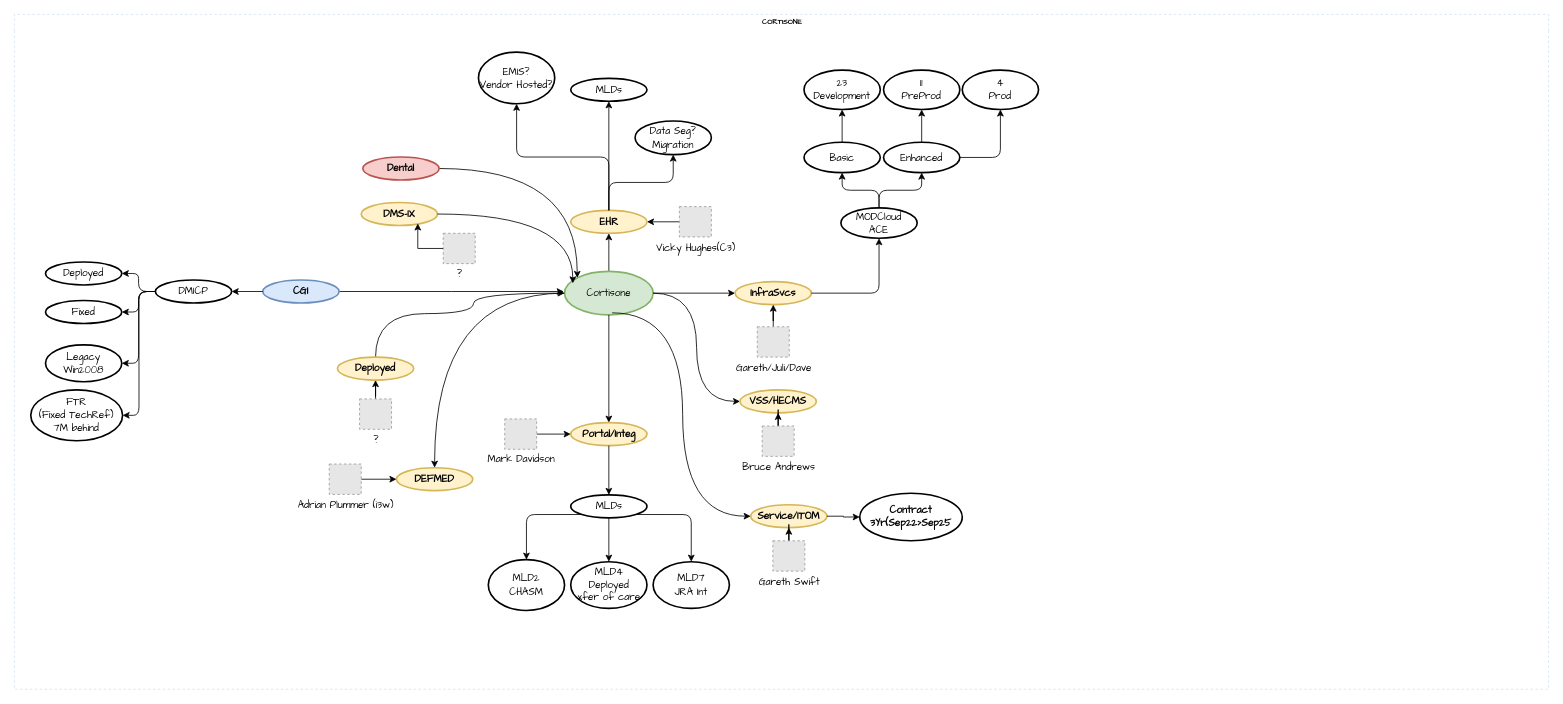
Earlier version of the draw.io diagram page "Overview" (1 of 3) of 202411 Cortisone.drawio (dalegent42/DrawIO). Source tidied: cells renumbered, new cells numbered last; positions are measured from the earlier drawing's top-left corner, leaving out a move shared by most shapes. Both pictures are drawn from the tidied source at 82%, with x=0, y=0 at pixel (14, 14). Pictures stored in the file or linked from it are replaced by grey dashed boxes.
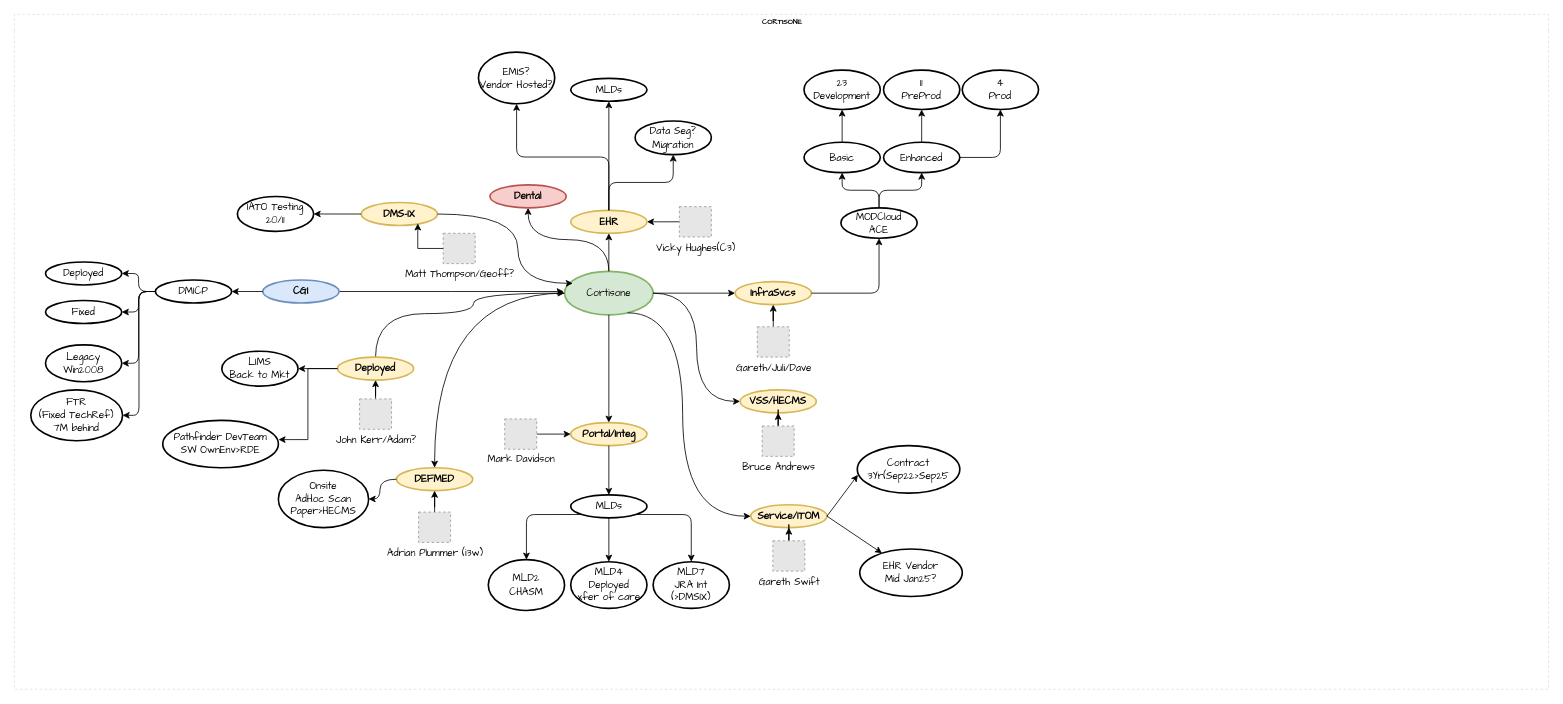
The same diagram, later.

The change refers to these unchanged cells:
```xml
<mxCell id="2" value="CORTISONE" style="swimlane;html=1;startSize=20;horizontal=1;containerType=tree;labelBackgroundColor=none;strokeColor=#D4E1F5;strokeWidth=1;fillColor=none;fontFamily=Comic Sans MS;fontSize=9;swimlaneLine=0;dashed=1;" parent="1" vertex="1">
  <mxGeometry width="1871" height="823" as="geometry" />
</mxCell>
<mxCell id="4" value="&lt;font face=&quot;Comic Sans MS&quot;&gt;Cortisone&lt;/font&gt;" style="ellipse;whiteSpace=wrap;html=1;align=center;strokeWidth=2;fillColor=#d5e8d4;strokeColor=#82b366;" parent="2" vertex="1">
  <mxGeometry x="671" y="313.5" width="108" height="53" as="geometry" />
</mxCell>
<mxCell id="36" value="&lt;font face=&quot;Comic Sans MS&quot;&gt;DEFMED&lt;/font&gt;" style="ellipse;whiteSpace=wrap;html=1;align=center;strokeWidth=2;fontStyle=1;fillColor=#fff2cc;strokeColor=#d6b656;" parent="2" vertex="1">
  <mxGeometry x="466" y="552.9" width="93" height="28" as="geometry" />
</mxCell>
<mxCell id="40" value="&lt;font face=&quot;Comic Sans MS&quot;&gt;Deployed&lt;/font&gt;" style="ellipse;whiteSpace=wrap;html=1;align=center;strokeWidth=2;fontStyle=1;fillColor=#fff2cc;strokeColor=#d6b656;" parent="2" vertex="1">
  <mxGeometry x="394" y="418" width="93" height="28" as="geometry" />
</mxCell>
<mxCell id="43" value="&lt;font face=&quot;Comic Sans MS&quot;&gt;DMS-IX&lt;/font&gt;" style="ellipse;whiteSpace=wrap;html=1;align=center;strokeWidth=2;fontStyle=1;fillColor=#fff2cc;strokeColor=#d6b656;" parent="2" vertex="1">
  <mxGeometry x="423" y="229.5" width="93" height="28" as="geometry" />
</mxCell>
<mxCell id="73" value="&lt;font face=&quot;Comic Sans MS&quot;&gt;Service/ITOM&lt;/font&gt;" style="ellipse;whiteSpace=wrap;html=1;align=center;strokeWidth=2;fontStyle=1;fillColor=#fff2cc;strokeColor=#d6b656;" parent="2" vertex="1">
  <mxGeometry x="898" y="598" width="93" height="28" as="geometry" />
</mxCell>
```

Diff of the diagram source:
```diff
@@
-    <mxCell id="32" value="&lt;font face=&quot;Comic Sans MS&quot;&gt;MLD7&lt;/font&gt;&lt;div&gt;&lt;font face=&quot;Comic Sans MS&quot;&gt;JRA Int&lt;/font&gt;&lt;/div&gt;" style="ellipse;whiteSpace=wrap;html=1;align=center;strokeWidth=2;" parent="2" vertex="1">
+    <mxCell id="32" value="&lt;font face=&quot;Comic Sans MS&quot;&gt;MLD7&lt;/font&gt;&lt;div&gt;&lt;font face=&quot;Comic Sans MS&quot;&gt;JRA Int&lt;/font&gt;&lt;/div&gt;&lt;div&gt;&lt;font face=&quot;Comic Sans MS&quot;&gt;(&amp;gt;DMSIX)&lt;/font&gt;&lt;/div&gt;" style="ellipse;whiteSpace=wrap;html=1;align=center;strokeWidth=2;" parent="2" vertex="1">
       <mxGeometry x="779" y="667.5" width="93" height="57" as="geometry" />
     </mxCell>
@@
-    <mxCell id="37" style="edgeStyle=orthogonalEdgeStyle;rounded=0;jettySize=auto;html=1;entryX=0;entryY=0.5;entryDx=0;entryDy=0;" parent="2" edge="1" source="38" target="36">
+    <mxCell id="37" style="edgeStyle=orthogonalEdgeStyle;rounded=0;jettySize=auto;html=1;entryX=0.5;entryY=1;entryDx=0;entryDy=0;" parent="2" edge="1" source="38" target="36">
       <mxGeometry relative="1" as="geometry" />
     </mxCell>
     <mxCell id="38" value="Adrian Plummer (i3w)" style="fillColor=#E6E6E6;strokeColor=#999999;dashed=1;html=1;verticalAlign=top;verticalLabelPosition=bottom;labelBackgroundColor=#ffffff;fontFamily=Comic Sans MS;fontSize=12;fontColor=#000000;align=center;" parent="2" vertex="1">
-      <mxGeometry x="384" y="548.4" width="39" height="37" as="geometry" />
+      <mxGeometry x="493" y="607" width="39" height="37" as="geometry" />
     </mxCell>
@@
-    <mxCell id="42" value="?" style="fillColor=#E6E6E6;strokeColor=#999999;dashed=1;html=1;verticalAlign=top;verticalLabelPosition=bottom;labelBackgroundColor=#ffffff;fontFamily=Comic Sans MS;fontSize=12;fontColor=#000000;align=center;" parent="2" vertex="1">
+    <mxCell id="42" value="John Kerr/Adam?" style="fillColor=#E6E6E6;strokeColor=#999999;dashed=1;html=1;verticalAlign=top;verticalLabelPosition=bottom;labelBackgroundColor=#ffffff;fontFamily=Comic Sans MS;fontSize=12;fontColor=#000000;align=center;" parent="2" vertex="1">
       <mxGeometry x="421" y="469" width="39" height="37" as="geometry" />
     </mxCell>
@@
-    <mxCell id="44" value="?" style="fillColor=#E6E6E6;strokeColor=#999999;dashed=1;html=1;verticalAlign=top;verticalLabelPosition=bottom;labelBackgroundColor=#ffffff;fontFamily=Comic Sans MS;fontSize=12;fontColor=#000000;align=center;" parent="2" vertex="1">
+    <mxCell id="44" value="Matt Thompson/Geoff?" style="fillColor=#E6E6E6;strokeColor=#999999;dashed=1;html=1;verticalAlign=top;verticalLabelPosition=bottom;labelBackgroundColor=#ffffff;fontFamily=Comic Sans MS;fontSize=12;fontColor=#000000;align=center;" parent="2" vertex="1">
       <mxGeometry x="523" y="267" width="39" height="37" as="geometry" />
     </mxCell>
-    <mxCell id="45" style="edgeStyle=orthogonalEdgeStyle;rounded=0;jettySize=auto;html=1;entryX=0;entryY=0;entryDx=0;entryDy=0;curved=1;exitX=1;exitY=0.5;exitDx=0;exitDy=0;" parent="2" edge="1" source="46" target="4">
-      <mxGeometry relative="1" as="geometry" />
-    </mxCell>
+    <mxCell id="79" style="edgeStyle=orthogonalEdgeStyle;rounded=0;jettySize=auto;html=1;curved=1;entryX=0.5;entryY=1;entryDx=0;entryDy=0;exitX=0.5;exitY=0;exitDx=0;exitDy=0;" parent="2" edge="1" source="4" target="46">
+      <mxGeometry relative="1" as="geometry" />
+    </mxCell>
     <mxCell id="46" value="&lt;font face=&quot;Comic Sans MS&quot;&gt;Dental&lt;/font&gt;" style="ellipse;whiteSpace=wrap;html=1;align=center;strokeWidth=2;fontStyle=1;fillColor=#f8cecc;strokeColor=#b85450;" parent="2" vertex="1">
-      <mxGeometry x="425" y="174" width="93" height="28" as="geometry" />
+      <mxGeometry x="580" y="208" width="93" height="28" as="geometry" />
     </mxCell>
     <mxCell id="47" style="edgeStyle=orthogonalEdgeStyle;rounded=0;jettySize=auto;html=1;entryX=0.093;entryY=0.274;entryDx=0;entryDy=0;entryPerimeter=0;curved=1;" parent="2" edge="1" source="43" target="4">
-      <mxGeometry relative="1" as="geometry" />
+      <mxGeometry relative="1" as="geometry">
+        <Array as="points">
+          <mxPoint x="614" y="243" />
+          <mxPoint x="614" y="328" />
+        </Array>
+      </mxGeometry>
     </mxCell>
@@
-    <mxCell id="76" style="edgeStyle=orthogonalEdgeStyle;rounded=0;jettySize=auto;html=1;entryX=0;entryY=0.5;entryDx=0;entryDy=0;curved=1;" parent="2" edge="1" target="73">
+    <mxCell id="76" style="edgeStyle=orthogonalEdgeStyle;rounded=0;jettySize=auto;html=1;entryX=0;entryY=0.5;entryDx=0;entryDy=0;curved=1;" parent="2" edge="1" source="4" target="73">
       <mxGeometry relative="1" as="geometry">
-        <mxPoint x="729" y="364" as="sourcePoint" />
         <Array as="points">
           <mxPoint x="815" y="364" />
           <mxPoint x="815" y="612" />
         </Array>
       </mxGeometry>
     </mxCell>
-    <mxCell id="77" style="edgeStyle=orthogonalEdgeStyle;rounded=0;jettySize=auto;html=1;exitX=1;exitY=0.5;exitDx=0;exitDy=0;" parent="2" edge="1" source="73" target="78">
+    <mxCell id="77" style="rounded=0;jettySize=auto;html=1;exitX=1;exitY=0.5;exitDx=0;exitDy=0;entryX=0.006;entryY=0.614;entryDx=0;entryDy=0;entryPerimeter=0;" parent="2" edge="1" source="73" target="78">
       <mxGeometry relative="1" as="geometry" />
     </mxCell>
-    <mxCell id="78" value="&lt;font face=&quot;Comic Sans MS&quot;&gt;Contract&lt;/font&gt;&lt;div&gt;&lt;font face=&quot;Comic Sans MS&quot;&gt;3Yr(&lt;/font&gt;&lt;span style=&quot;font-family: &amp;quot;Comic Sans MS&amp;quot;; background-color: initial;&quot;&gt;Sep22&amp;gt;Sep25&lt;/span&gt;&lt;/div&gt;" style="ellipse;whiteSpace=wrap;html=1;align=center;strokeWidth=2;fontStyle=1;" parent="2" vertex="1">
-      <mxGeometry x="1031" y="584" width="125" height="58" as="geometry" />
+    <mxCell id="78" value="&lt;font face=&quot;Comic Sans MS&quot;&gt;Contract&lt;/font&gt;&lt;div&gt;&lt;font face=&quot;Comic Sans MS&quot;&gt;3Yr(&lt;/font&gt;&lt;span style=&quot;font-family: &amp;quot;Comic Sans MS&amp;quot;; background-color: initial;&quot;&gt;Sep22&amp;gt;Sep25&lt;/span&gt;&lt;/div&gt;" style="ellipse;whiteSpace=wrap;html=1;align=center;strokeWidth=2;fontStyle=0;" parent="2" vertex="1">
+      <mxGeometry x="1028" y="525.9" width="125" height="58" as="geometry" />
     </mxCell>
+    <mxCell id="80" style="edgeStyle=orthogonalEdgeStyle;rounded=0;jettySize=auto;html=1;exitX=0;exitY=0.5;exitDx=0;exitDy=0;entryX=1;entryY=0.5;entryDx=0;entryDy=0;curved=1;" parent="2" edge="1" source="36" target="81">
+      <mxGeometry relative="1" as="geometry" />
+    </mxCell>
+    <mxCell id="81" value="&lt;font face=&quot;Comic Sans MS&quot;&gt;Onsite&lt;/font&gt;&lt;div&gt;&lt;font face=&quot;Comic Sans MS&quot;&gt;AdHoc Scan&lt;/font&gt;&lt;/div&gt;&lt;div&gt;&lt;font face=&quot;Comic Sans MS&quot;&gt;Paper&amp;gt;HECMS&lt;/font&gt;&lt;/div&gt;" style="ellipse;whiteSpace=wrap;html=1;align=center;strokeWidth=2;fontStyle=0;" parent="2" vertex="1">
+      <mxGeometry x="322" y="556" width="110" height="70" as="geometry" />
+    </mxCell>
+    <mxCell id="82" value="&lt;font face=&quot;Comic Sans MS&quot;&gt;IATO Testing&lt;/font&gt;&lt;div&gt;&lt;font face=&quot;Comic Sans MS&quot;&gt;20/11&lt;/font&gt;&lt;/div&gt;" style="ellipse;whiteSpace=wrap;html=1;align=center;strokeWidth=2;" parent="2" vertex="1">
+      <mxGeometry x="272" y="222.2" width="93" height="42.5" as="geometry" />
+    </mxCell>
+    <mxCell id="83" style="edgeStyle=orthogonalEdgeStyle;rounded=0;jettySize=auto;html=1;entryX=1;entryY=0.5;entryDx=0;entryDy=0;exitX=0;exitY=0.5;exitDx=0;exitDy=0;" parent="2" edge="1" source="43" target="82">
+      <mxGeometry relative="1" as="geometry" />
+    </mxCell>
+    <mxCell id="84" value="&lt;font face=&quot;Comic Sans MS&quot;&gt;LIMS&lt;/font&gt;&lt;div&gt;&lt;font face=&quot;Comic Sans MS&quot;&gt;Back to Mkt&lt;/font&gt;&lt;/div&gt;" style="ellipse;whiteSpace=wrap;html=1;align=center;strokeWidth=2;" parent="2" vertex="1">
+      <mxGeometry x="253" y="410.8" width="93" height="42.5" as="geometry" />
+    </mxCell>
+    <mxCell id="85" style="edgeStyle=orthogonalEdgeStyle;rounded=0;jettySize=auto;html=1;exitX=0;exitY=0.5;exitDx=0;exitDy=0;entryX=1;entryY=0.5;entryDx=0;entryDy=0;" parent="2" edge="1" source="40" target="84">
+      <mxGeometry relative="1" as="geometry" />
+    </mxCell>
+    <mxCell id="86" value="&lt;div&gt;&lt;font face=&quot;Comic Sans MS&quot;&gt;Pathfinder DevTeam&lt;/font&gt;&lt;/div&gt;&lt;div&gt;&lt;font face=&quot;Comic Sans MS&quot;&gt;SW OwnEnv&amp;gt;RDE&lt;/font&gt;&lt;/div&gt;" style="ellipse;whiteSpace=wrap;html=1;align=center;strokeWidth=2;" parent="2" vertex="1">
+      <mxGeometry x="181" y="495.1" width="141" height="57.8" as="geometry" />
+    </mxCell>
+    <mxCell id="87" style="edgeStyle=orthogonalEdgeStyle;rounded=0;jettySize=auto;html=1;exitX=0;exitY=0.5;exitDx=0;exitDy=0;entryX=1.001;entryY=0.407;entryDx=0;entryDy=0;entryPerimeter=0;" parent="2" edge="1" source="40" target="86">
+      <mxGeometry relative="1" as="geometry" />
+    </mxCell>
+    <mxCell id="88" style="rounded=0;jettySize=auto;html=1;exitX=1;exitY=0.5;exitDx=0;exitDy=0;" parent="2" edge="1" source="73" target="89">
+      <mxGeometry relative="1" as="geometry" />
+    </mxCell>
+    <mxCell id="89" value="&lt;font face=&quot;Comic Sans MS&quot;&gt;EHR Vendor&lt;/font&gt;&lt;div&gt;&lt;font face=&quot;Comic Sans MS&quot;&gt;Mid Jan25?&lt;/font&gt;&lt;/div&gt;" style="ellipse;whiteSpace=wrap;html=1;align=center;strokeWidth=2;fontStyle=0;" parent="2" vertex="1">
+      <mxGeometry x="1031" y="652" width="125" height="58" as="geometry" />
+    </mxCell>
```
